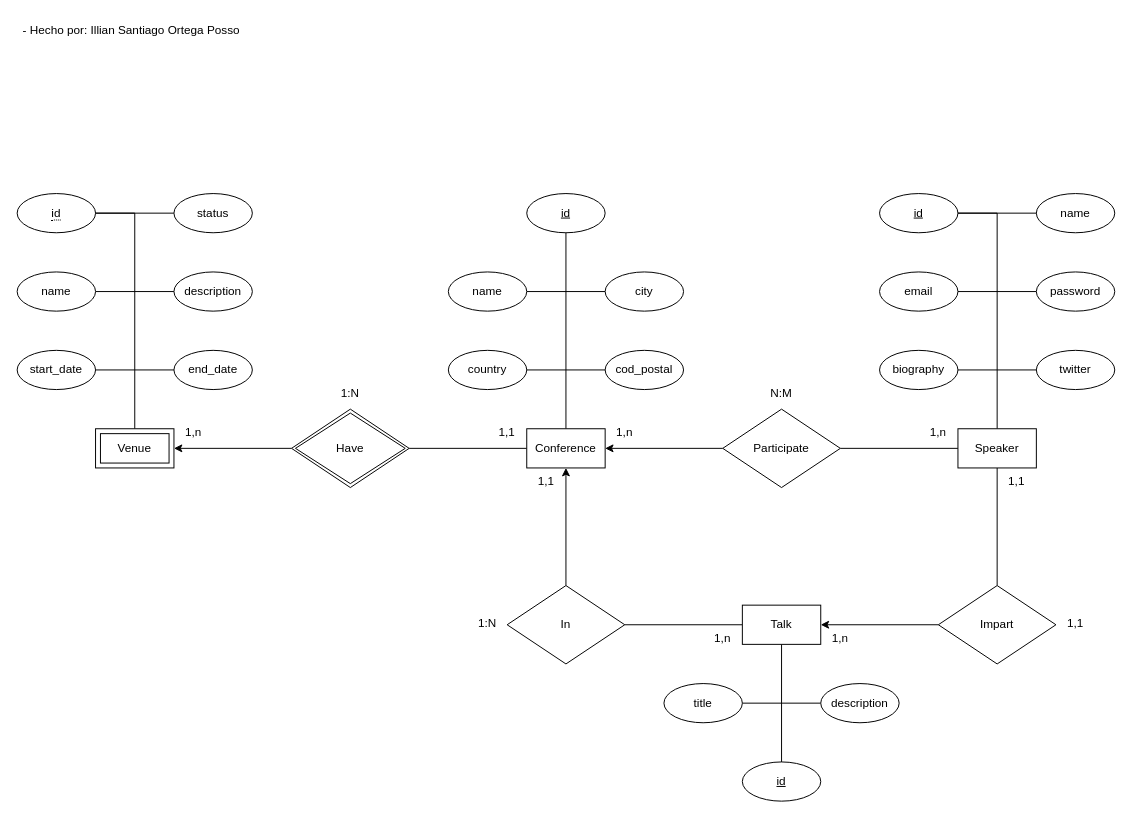
The draw.io diagram page "Página-2" (2 of 2) of database/Esquemas/a27.drawio in Illian-Santiago/A27-DSW, before the edit. Source tidied: cells renumbered, new cells numbered last; positions are measured from the earlier drawing's top-left corner, leaving out a move shared by most shapes. Both pictures are drawn from the tidied source at 98%, with x=0, y=0 at pixel (17, 17).
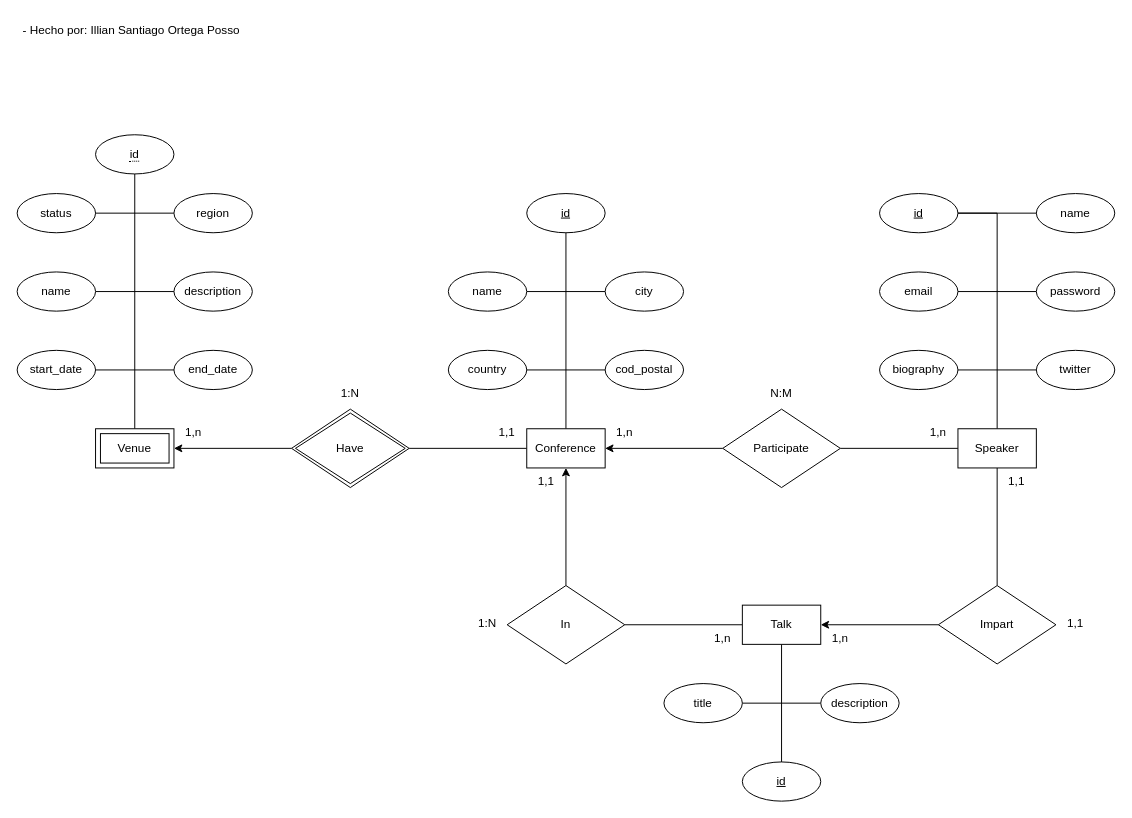
Above is the later version.

The change refers to these unchanged cells:
```xml
<mxCell id="14" value="Venue" style="shape=ext;margin=3;double=1;whiteSpace=wrap;html=1;align=center;" parent="1" vertex="1">
  <mxGeometry x="80" y="420" width="80" height="40" as="geometry" />
</mxCell>
```

The edit, as a diff of the source:
```diff
@@
-    <mxCell id="13" style="edgeStyle=orthogonalEdgeStyle;rounded=0;jettySize=auto;html=1;entryX=1;entryY=0.5;entryDx=0;entryDy=0;endArrow=none;startFill=0;" parent="1" edge="1" source="14" target="42">
+    <mxCell id="13" style="edgeStyle=orthogonalEdgeStyle;rounded=0;jettySize=auto;html=1;entryX=0.5;entryY=1;entryDx=0;entryDy=0;endArrow=none;startFill=0;" parent="1" edge="1" source="14" target="42">
       <mxGeometry relative="1" as="geometry" />
     </mxCell>
@@
-    <mxCell id="27" style="edgeStyle=orthogonalEdgeStyle;rounded=0;jettySize=auto;html=1;entryX=1;entryY=0.5;entryDx=0;entryDy=0;endArrow=none;startFill=0;" parent="1" edge="1" source="28" target="42">
-      <mxGeometry relative="1" as="geometry" />
-    </mxCell>
-    <mxCell id="28" value="status" style="ellipse;whiteSpace=wrap;html=1;align=center;" parent="1" vertex="1">
-      <mxGeometry x="160" y="180" width="80" height="40" as="geometry" />
-    </mxCell>
@@
     <mxCell id="42" value="&lt;span style=&quot;border-bottom: 1px dotted&quot;&gt;id&lt;/span&gt;" style="ellipse;whiteSpace=wrap;html=1;align=center;" parent="1" vertex="1">
-      <mxGeometry y="180" width="80" height="40" as="geometry" />
+      <mxGeometry x="80" y="120" width="80" height="40" as="geometry" />
     </mxCell>
@@
+    <mxCell id="64" style="edgeStyle=orthogonalEdgeStyle;rounded=0;jettySize=auto;html=1;entryX=1;entryY=0.5;entryDx=0;entryDy=0;endArrow=none;startFill=0;" parent="1" edge="1" source="65" target="28">
+      <mxGeometry relative="1" as="geometry" />
+    </mxCell>
+    <mxCell id="65" value="region" style="ellipse;whiteSpace=wrap;html=1;align=center;" parent="1" vertex="1">
+      <mxGeometry x="160" y="180" width="80" height="40" as="geometry" />
+    </mxCell>
+    <mxCell id="28" value="status" style="ellipse;whiteSpace=wrap;html=1;align=center;" parent="1" vertex="1">
+      <mxGeometry y="180" width="80" height="40" as="geometry" />
+    </mxCell>
```
